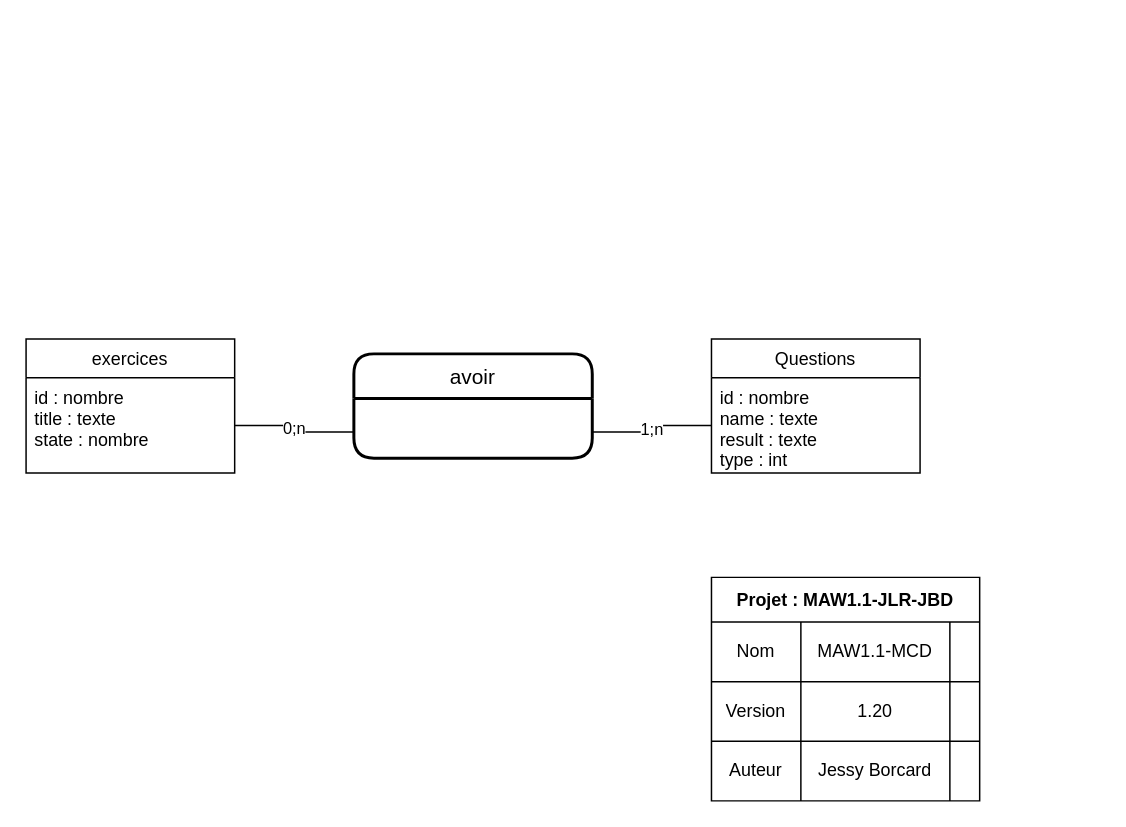
Earlier version of the draw.io diagram Documentation/MAW1.1-MCD.drawio (CPNV-ES/MAW1.1-JLR-JBD). Source tidied: cells renumbered, new cells numbered last; positions are measured from the earlier drawing's top-left corner, leaving out a move shared by most shapes. Both pictures are drawn from the tidied source at 149%, with x=0, y=0 at pixel (25, 338).
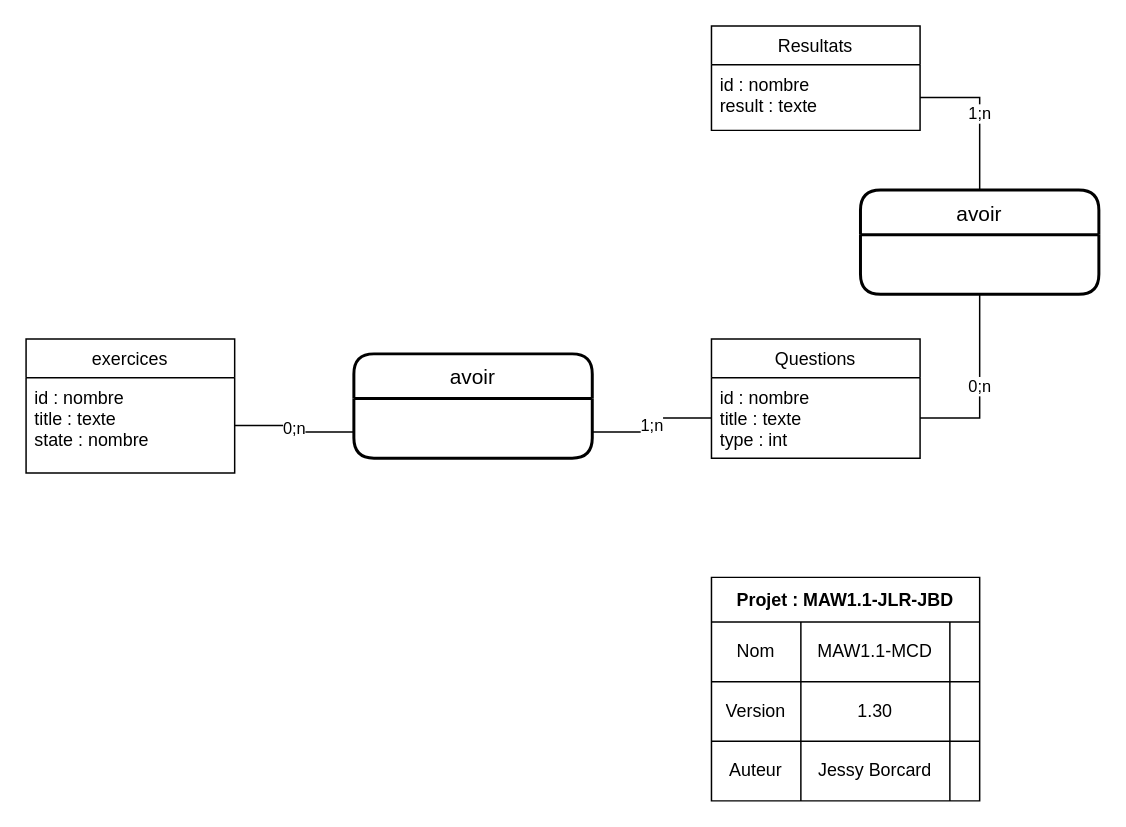
The same page after the edit.

The change refers to these unchanged cells:
```xml
<mxCell id="9" style="shape=tableRow;horizontal=0;startSize=0;swimlaneHead=0;swimlaneBody=0;top=0;left=0;bottom=0;right=0;fillColor=none;" parent="4" vertex="1">
  <mxGeometry y="70" width="180" height="40" as="geometry" />
</mxCell>
```

What changed in the source:
```diff
@@
-    <mxCell id="11" value="1.20" style="shape=partialRectangle;html=1;whiteSpace=wrap;fillColor=none;top=0;left=0;bottom=0;right=0;overflow=hidden;" parent="9" vertex="1">
+    <mxCell id="11" value="1.30" style="shape=partialRectangle;html=1;whiteSpace=wrap;fillColor=none;top=0;left=0;bottom=0;right=0;overflow=hidden;" parent="9" vertex="1">
       <mxGeometry x="60" width="100" height="40" as="geometry" />
     </mxCell>
@@
     <mxCell id="17" value="Questions" style="swimlane;fontStyle=0;horizontal=1;startSize=26;fillColor=none;" parent="1" vertex="1">
-      <mxGeometry x="460" width="140" height="90" as="geometry" />
+      <mxGeometry x="460" width="140" height="80" as="geometry" />
     </mxCell>
-    <mxCell id="18" value="id : nombre&#10;name : texte&#10;result : texte&#10;type : int" style="text;strokeColor=none;fillColor=none;align=left;verticalAlign=top;spacingLeft=4;spacingRight=4;overflow=hidden;points=[[0,0.5],[1,0.5]];portConstraint=eastwest;" parent="17" vertex="1">
-      <mxGeometry y="26" width="140" height="64" as="geometry" />
+    <mxCell id="18" value="id : nombre&#10;title : texte&#10;type : int" style="text;strokeColor=none;fillColor=none;align=left;verticalAlign=top;spacingLeft=4;spacingRight=4;overflow=hidden;points=[[0,0.5],[1,0.5]];portConstraint=eastwest;" parent="17" vertex="1">
+      <mxGeometry y="26" width="140" height="54" as="geometry" />
     </mxCell>
@@
+    <mxCell id="22" value="Resultats" style="swimlane;fontStyle=0;horizontal=1;startSize=26;fillColor=none;" parent="1" vertex="1">
+      <mxGeometry x="460" y="-210" width="140" height="70" as="geometry" />
+    </mxCell>
+    <mxCell id="23" value="0;n" style="edgeStyle=orthogonalEdgeStyle;rounded=0;jettySize=auto;html=1;exitX=0.5;exitY=1;exitDx=0;exitDy=0;endArrow=none;endFill=0;" parent="1" edge="1" source="24" target="18">
+      <mxGeometry relative="1" as="geometry" />
+    </mxCell>
+    <mxCell id="24" value="avoir" style="swimlane;horizontal=1;startSize=30;rounded=1;fontSize=14;fontStyle=0;strokeWidth=2;shadow=0;dashed=0;align=center;" parent="1" vertex="1">
+      <mxGeometry x="560" y="-100" width="160" height="70" as="geometry" />
+    </mxCell>
+    <mxCell id="25" value="1;n" style="edgeStyle=orthogonalEdgeStyle;rounded=0;jettySize=auto;html=1;exitX=1;exitY=0.5;exitDx=0;exitDy=0;entryX=0.5;entryY=0;entryDx=0;entryDy=0;endArrow=none;endFill=0;" parent="1" edge="1" source="26" target="24">
+      <mxGeometry relative="1" as="geometry" />
+    </mxCell>
+    <mxCell id="26" value="id : nombre&#10;result : texte" style="text;strokeColor=none;fillColor=none;align=left;verticalAlign=top;spacingLeft=4;spacingRight=4;overflow=hidden;points=[[0,0.5],[1,0.5]];portConstraint=eastwest;" parent="1" vertex="1">
+      <mxGeometry x="460" y="-184" width="140" height="44" as="geometry" />
+    </mxCell>
```
